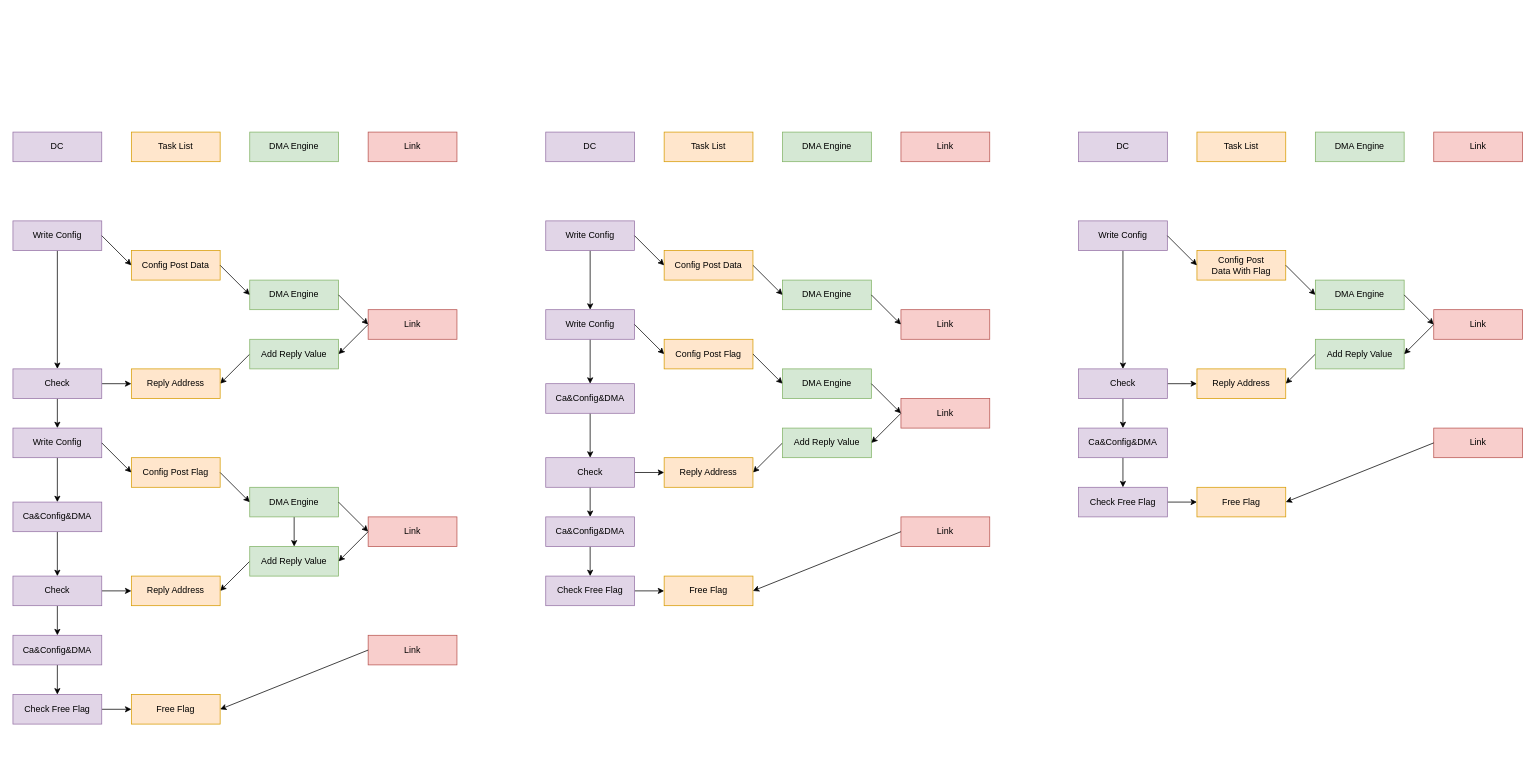
Before: Link_RDMA_Read.drawio in BEYHHH/SBLP, a draw.io diagram. Source tidied: cells renumbered, new cells numbered last; positions are measured from the earlier drawing's top-left corner, leaving out a move shared by most shapes. Both pictures are drawn from the tidied source at 74%, with x=0, y=0 at pixel (13, 132).
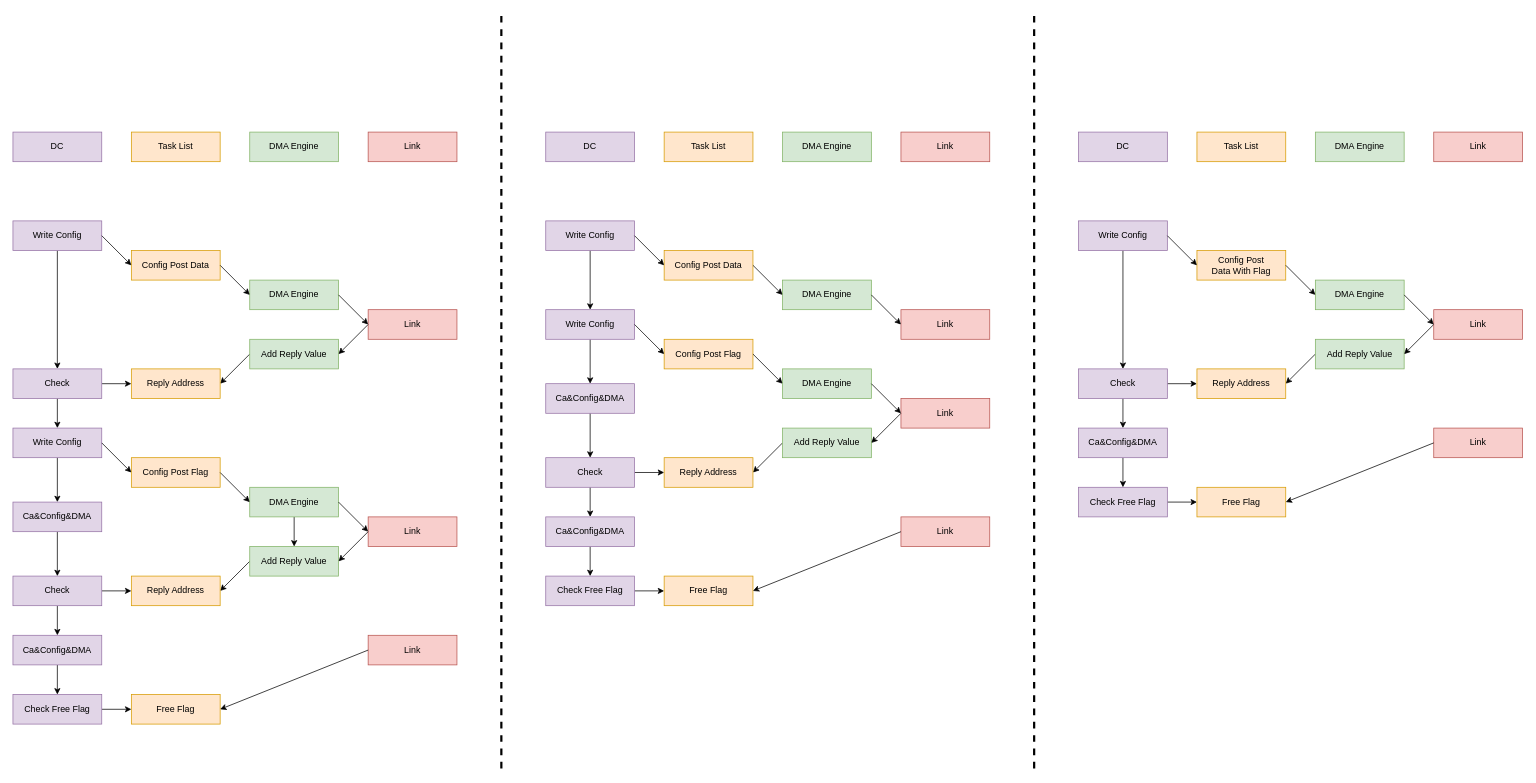
After the change.

The edit, as a diff of the source:
```diff
@@
+    <mxCell id="108" style="endArrow=none;dashed=1;html=1;rounded=0;strokeWidth=3;" parent="1" edge="1">
+      <mxGeometry relative="1" as="geometry">
+        <mxPoint x="660" y="860" as="sourcePoint" />
+        <mxPoint x="660" y="-160" as="targetPoint" />
+      </mxGeometry>
+    </mxCell>
+    <mxCell id="109" style="endArrow=none;dashed=1;html=1;rounded=0;strokeWidth=3;" parent="1" edge="1">
+      <mxGeometry relative="1" as="geometry">
+        <mxPoint x="1380" y="860" as="sourcePoint" />
+        <mxPoint x="1380" y="-160" as="targetPoint" />
+      </mxGeometry>
+    </mxCell>
```
